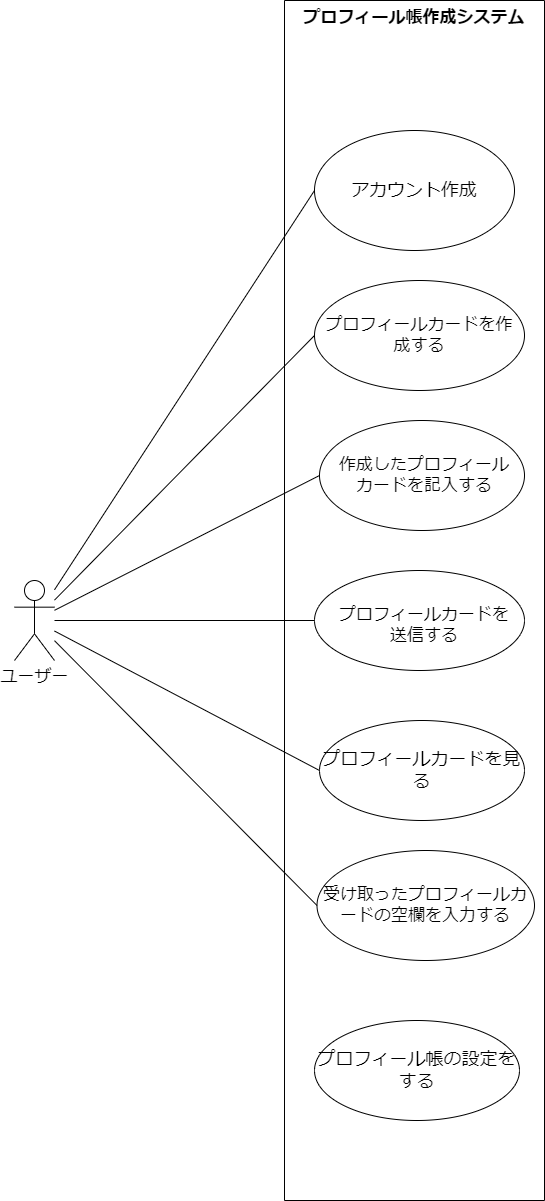
Earlier version of the draw.io export usecase.drawio.png (MoritMorit/psp-pro4). Source tidied: cells renumbered, new cells last; positions are measured from the earlier drawing's top-left corner, leaving out a move shared by most shapes.
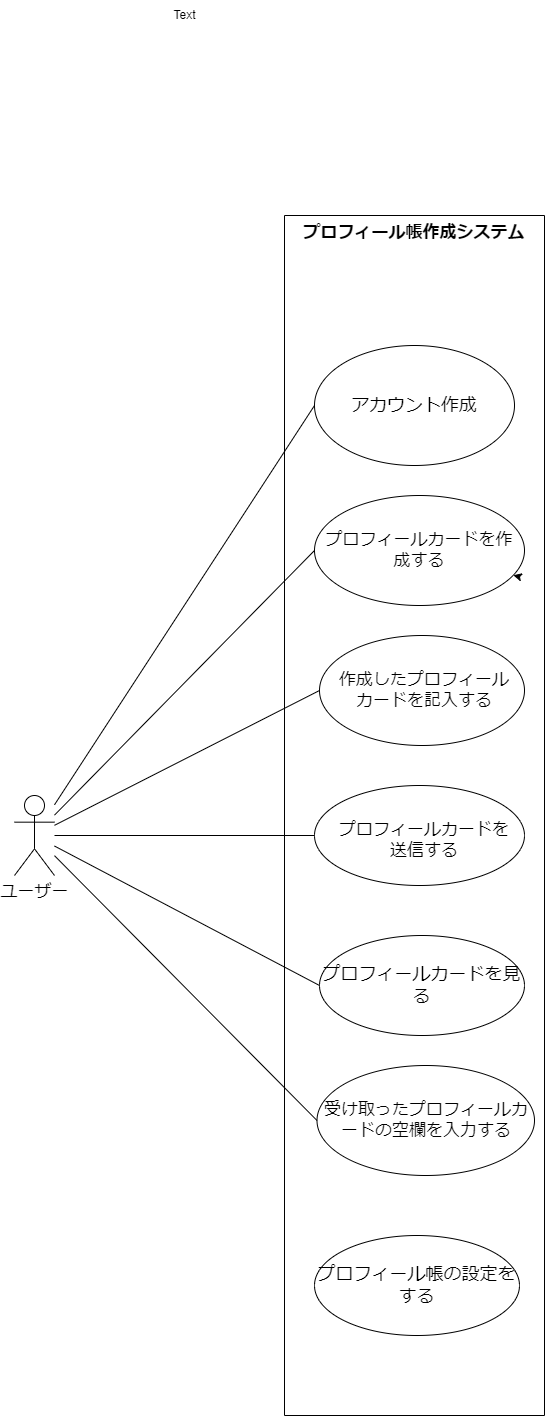
After the change.

Change to the diagram source:
```diff
@@ -61,5 +61,8 @@
         <mxPoint x="300" y="190" as="targetPoint" />
       </mxGeometry>
     </mxCell>
+    <mxCell id="21" value="Text" style="text;html=1;align=center;verticalAlign=middle;strokeColor=none;fillColor=none;" parent="1" vertex="1">
+      <mxGeometry x="145" y="-215" width="50" height="30" as="geometry" />
+    </mxCell>
   </root>
 </mxGraphModel>
```
